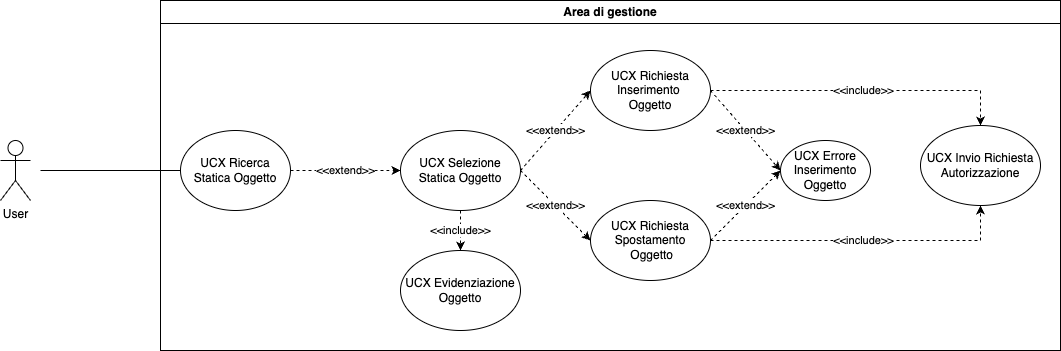
Above: Documentazione/RTB/Esterna/analisi_dei_requisiti/UseCasesImages/StaticRes.png in Avant-Garde-Software-Engineering/Documents (draw.io), before the change. Source tidied: cells renumbered, new cells last; positions are measured from the earlier drawing's top-left corner, leaving out a move shared by most shapes. The source it was exported from:
```xml
<mxGraphModel>
  <root>
    <mxCell id="0" />
    <mxCell id="1" parent="0" />
    <mxCell id="2" value="User" style="shape=umlActor;verticalLabelPosition=bottom;verticalAlign=top;html=1;" parent="1" vertex="1">
      <mxGeometry y="140" width="30" height="60" as="geometry" />
    </mxCell>
    <mxCell id="3" style="endArrow=none;html=1;rounded=0;entryX=0;entryY=0.5;entryDx=0;entryDy=0;" parent="1" edge="1" target="5">
      <mxGeometry relative="1" as="geometry">
        <mxPoint x="40" y="170" as="sourcePoint" />
      </mxGeometry>
    </mxCell>
    <mxCell id="4" value="Area di gestione" style="swimlane;whiteSpace=wrap;html=1;" parent="1" vertex="1">
      <mxGeometry x="160" width="900" height="350" as="geometry" />
    </mxCell>
    <mxCell id="5" value="UCX Ricerca Statica Oggetto" style="ellipse;whiteSpace=wrap;html=1;" parent="4" vertex="1">
      <mxGeometry x="20" y="130" width="110" height="80" as="geometry" />
    </mxCell>
    <mxCell id="6" value="UCX Errore Inserimento Oggetto" style="ellipse;whiteSpace=wrap;html=1;" parent="4" vertex="1">
      <mxGeometry x="620" y="140" width="90" height="60" as="geometry" />
    </mxCell>
    <mxCell id="7" value="&amp;lt;&amp;lt;extend&amp;gt;&amp;gt;" style="endArrow=classic;html=1;rounded=0;entryX=0;entryY=0.5;entryDx=0;entryDy=0;dashed=1;exitX=1;exitY=0.5;exitDx=0;exitDy=0;" parent="4" edge="1" source="10" target="6">
      <mxGeometry relative="1" as="geometry" />
    </mxCell>
    <mxCell id="8" value="UCX Selezione Statica Oggetto" style="ellipse;whiteSpace=wrap;html=1;" parent="4" vertex="1">
      <mxGeometry x="240" y="130" width="120" height="80" as="geometry" />
    </mxCell>
    <mxCell id="9" value="&amp;lt;&amp;lt;extend&amp;gt;&amp;gt;" style="endArrow=classic;html=1;rounded=0;entryX=0;entryY=0.5;entryDx=0;entryDy=0;dashed=1;exitX=1;exitY=0.5;exitDx=0;exitDy=0;" parent="4" edge="1" source="5" target="8">
      <mxGeometry relative="1" as="geometry" />
    </mxCell>
    <mxCell id="10" value="UCX Richiesta Inserimento&amp;nbsp;&lt;br&gt;Oggetto" style="ellipse;whiteSpace=wrap;html=1;" parent="4" vertex="1">
      <mxGeometry x="430" y="50" width="120" height="80" as="geometry" />
    </mxCell>
    <mxCell id="11" value="&amp;lt;&amp;lt;extend&amp;gt;&amp;gt;" style="endArrow=classic;html=1;rounded=0;entryX=0;entryY=0.5;entryDx=0;entryDy=0;dashed=1;exitX=1;exitY=0.5;exitDx=0;exitDy=0;" parent="4" edge="1" source="8" target="10">
      <mxGeometry relative="1" as="geometry" />
    </mxCell>
    <mxCell id="12" value="UCX Evidenziazione Oggetto" style="ellipse;whiteSpace=wrap;html=1;" parent="4" vertex="1">
      <mxGeometry x="240" y="250" width="120" height="80" as="geometry" />
    </mxCell>
    <mxCell id="13" value="&amp;lt;&amp;lt;include&amp;gt;&amp;gt;" style="endArrow=classic;html=1;rounded=0;entryX=0.5;entryY=0;entryDx=0;entryDy=0;dashed=1;exitX=0.5;exitY=1;exitDx=0;exitDy=0;" parent="4" edge="1" source="8" target="12">
      <mxGeometry relative="1" as="geometry" />
    </mxCell>
    <mxCell id="14" value="UCX Richiesta Spostamento&lt;br&gt;&amp;nbsp;Oggetto" style="ellipse;whiteSpace=wrap;html=1;" parent="4" vertex="1">
      <mxGeometry x="430" y="200" width="120" height="80" as="geometry" />
    </mxCell>
    <mxCell id="15" value="&amp;lt;&amp;lt;extend&amp;gt;&amp;gt;" style="endArrow=classic;html=1;rounded=0;entryX=0;entryY=0.5;entryDx=0;entryDy=0;dashed=1;exitX=1;exitY=0.5;exitDx=0;exitDy=0;" parent="4" edge="1" source="8" target="14">
      <mxGeometry relative="1" as="geometry" />
    </mxCell>
    <mxCell id="16" value="&amp;lt;&amp;lt;extend&amp;gt;&amp;gt;" style="endArrow=classic;html=1;rounded=0;entryX=0;entryY=0.5;entryDx=0;entryDy=0;dashed=1;exitX=1;exitY=0.5;exitDx=0;exitDy=0;" parent="4" edge="1" source="14" target="6">
      <mxGeometry relative="1" as="geometry" />
    </mxCell>
    <mxCell id="17" value="UCX Invio Richiesta Autorizzazione" style="ellipse;whiteSpace=wrap;html=1;" parent="4" vertex="1">
      <mxGeometry x="760" y="125" width="120" height="80" as="geometry" />
    </mxCell>
    <mxCell id="18" value="&amp;lt;&amp;lt;include&amp;gt;&amp;gt;" style="endArrow=classic;html=1;rounded=0;dashed=1;exitX=1;exitY=0.5;exitDx=0;exitDy=0;entryX=0.5;entryY=0;entryDx=0;entryDy=0;" parent="4" edge="1" source="10" target="17">
      <mxGeometry relative="1" as="geometry">
        <Array as="points">
          <mxPoint x="820" y="90" />
        </Array>
      </mxGeometry>
    </mxCell>
    <mxCell id="19" value="&amp;lt;&amp;lt;include&amp;gt;&amp;gt;" style="endArrow=classic;html=1;rounded=0;dashed=1;exitX=1;exitY=0.5;exitDx=0;exitDy=0;entryX=0.5;entryY=1;entryDx=0;entryDy=0;" parent="4" edge="1" source="14" target="17">
      <mxGeometry relative="1" as="geometry">
        <Array as="points">
          <mxPoint x="820" y="240" />
        </Array>
      </mxGeometry>
    </mxCell>
  </root>
</mxGraphModel>
```
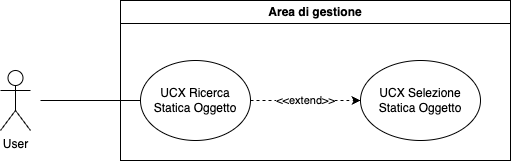
Above is the later version.

Change to the diagram source:
```diff
@@ -3,68 +3,26 @@
     <mxCell id="0" />
     <mxCell id="1" parent="0" />
     <mxCell id="2" value="User" style="shape=umlActor;verticalLabelPosition=bottom;verticalAlign=top;html=1;" parent="1" vertex="1">
-      <mxGeometry y="140" width="30" height="60" as="geometry" />
+      <mxGeometry x="40" y="80" width="30" height="60" as="geometry" />
     </mxCell>
     <mxCell id="3" style="endArrow=none;html=1;rounded=0;entryX=0;entryY=0.5;entryDx=0;entryDy=0;" parent="1" edge="1" target="5">
       <mxGeometry relative="1" as="geometry">
-        <mxPoint x="40" y="170" as="sourcePoint" />
+        <mxPoint x="80" y="110" as="sourcePoint" />
       </mxGeometry>
     </mxCell>
     <mxCell id="4" value="Area di gestione" style="swimlane;whiteSpace=wrap;html=1;" parent="1" vertex="1">
-      <mxGeometry x="160" width="900" height="350" as="geometry" />
+      <mxGeometry x="160" y="10" width="390" height="160" as="geometry" />
     </mxCell>
     <mxCell id="5" value="UCX Ricerca Statica Oggetto" style="ellipse;whiteSpace=wrap;html=1;" parent="4" vertex="1">
-      <mxGeometry x="20" y="130" width="110" height="80" as="geometry" />
+      <mxGeometry x="20" y="60" width="110" height="80" as="geometry" />
     </mxCell>
-    <mxCell id="6" value="UCX Errore Inserimento Oggetto" style="ellipse;whiteSpace=wrap;html=1;" parent="4" vertex="1">
-      <mxGeometry x="620" y="140" width="90" height="60" as="geometry" />
-    </mxCell>
-    <mxCell id="7" value="&amp;lt;&amp;lt;extend&amp;gt;&amp;gt;" style="endArrow=classic;html=1;rounded=0;entryX=0;entryY=0.5;entryDx=0;entryDy=0;dashed=1;exitX=1;exitY=0.5;exitDx=0;exitDy=0;" parent="4" edge="1" source="10" target="6">
-      <mxGeometry relative="1" as="geometry" />
-    </mxCell>
     <mxCell id="8" value="UCX Selezione Statica Oggetto" style="ellipse;whiteSpace=wrap;html=1;" parent="4" vertex="1">
-      <mxGeometry x="240" y="130" width="120" height="80" as="geometry" />
+      <mxGeometry x="240" y="60" width="120" height="80" as="geometry" />
     </mxCell>
-    <mxCell id="9" value="&amp;lt;&amp;lt;extend&amp;gt;&amp;gt;" style="endArrow=classic;html=1;rounded=0;entryX=0;entryY=0.5;entryDx=0;entryDy=0;dashed=1;exitX=1;exitY=0.5;exitDx=0;exitDy=0;" parent="4" edge="1" source="5" target="8">
-      <mxGeometry relative="1" as="geometry" />
+    <mxCell id="9" value="&amp;lt;&amp;lt;extend&amp;gt;&amp;gt;" style="endArrow=classic;html=1;rounded=0;entryX=0;entryY=0.5;entryDx=0;entryDy=0;dashed=1;exitX=1;exitY=0.5;exitDx=0;exitDy=0;" parent="4" edge="1" target="8">
+      <mxGeometry relative="1" as="geometry">
+        <mxPoint x="130" y="100" as="sourcePoint" />
+      </mxGeometry>
     </mxCell>
-    <mxCell id="10" value="UCX Richiesta Inserimento&amp;nbsp;&lt;br&gt;Oggetto" style="ellipse;whiteSpace=wrap;html=1;" parent="4" vertex="1">
-      <mxGeometry x="430" y="50" width="120" height="80" as="geometry" />
-    </mxCell>
-    <mxCell id="11" value="&amp;lt;&amp;lt;extend&amp;gt;&amp;gt;" style="endArrow=classic;html=1;rounded=0;entryX=0;entryY=0.5;entryDx=0;entryDy=0;dashed=1;exitX=1;exitY=0.5;exitDx=0;exitDy=0;" parent="4" edge="1" source="8" target="10">
-      <mxGeometry relative="1" as="geometry" />
-    </mxCell>
-    <mxCell id="12" value="UCX Evidenziazione Oggetto" style="ellipse;whiteSpace=wrap;html=1;" parent="4" vertex="1">
-      <mxGeometry x="240" y="250" width="120" height="80" as="geometry" />
-    </mxCell>
-    <mxCell id="13" value="&amp;lt;&amp;lt;include&amp;gt;&amp;gt;" style="endArrow=classic;html=1;rounded=0;entryX=0.5;entryY=0;entryDx=0;entryDy=0;dashed=1;exitX=0.5;exitY=1;exitDx=0;exitDy=0;" parent="4" edge="1" source="8" target="12">
-      <mxGeometry relative="1" as="geometry" />
-    </mxCell>
-    <mxCell id="14" value="UCX Richiesta Spostamento&lt;br&gt;&amp;nbsp;Oggetto" style="ellipse;whiteSpace=wrap;html=1;" parent="4" vertex="1">
-      <mxGeometry x="430" y="200" width="120" height="80" as="geometry" />
-    </mxCell>
-    <mxCell id="15" value="&amp;lt;&amp;lt;extend&amp;gt;&amp;gt;" style="endArrow=classic;html=1;rounded=0;entryX=0;entryY=0.5;entryDx=0;entryDy=0;dashed=1;exitX=1;exitY=0.5;exitDx=0;exitDy=0;" parent="4" edge="1" source="8" target="14">
-      <mxGeometry relative="1" as="geometry" />
-    </mxCell>
-    <mxCell id="16" value="&amp;lt;&amp;lt;extend&amp;gt;&amp;gt;" style="endArrow=classic;html=1;rounded=0;entryX=0;entryY=0.5;entryDx=0;entryDy=0;dashed=1;exitX=1;exitY=0.5;exitDx=0;exitDy=0;" parent="4" edge="1" source="14" target="6">
-      <mxGeometry relative="1" as="geometry" />
-    </mxCell>
-    <mxCell id="17" value="UCX Invio Richiesta Autorizzazione" style="ellipse;whiteSpace=wrap;html=1;" parent="4" vertex="1">
-      <mxGeometry x="760" y="125" width="120" height="80" as="geometry" />
-    </mxCell>
-    <mxCell id="18" value="&amp;lt;&amp;lt;include&amp;gt;&amp;gt;" style="endArrow=classic;html=1;rounded=0;dashed=1;exitX=1;exitY=0.5;exitDx=0;exitDy=0;entryX=0.5;entryY=0;entryDx=0;entryDy=0;" parent="4" edge="1" source="10" target="17">
-      <mxGeometry relative="1" as="geometry">
-        <Array as="points">
-          <mxPoint x="820" y="90" />
-        </Array>
-      </mxGeometry>
-    </mxCell>
-    <mxCell id="19" value="&amp;lt;&amp;lt;include&amp;gt;&amp;gt;" style="endArrow=classic;html=1;rounded=0;dashed=1;exitX=1;exitY=0.5;exitDx=0;exitDy=0;entryX=0.5;entryY=1;entryDx=0;entryDy=0;" parent="4" edge="1" source="14" target="17">
-      <mxGeometry relative="1" as="geometry">
-        <Array as="points">
-          <mxPoint x="820" y="240" />
-        </Array>
-      </mxGeometry>
-    </mxCell>
   </root>
 </mxGraphModel>
```
